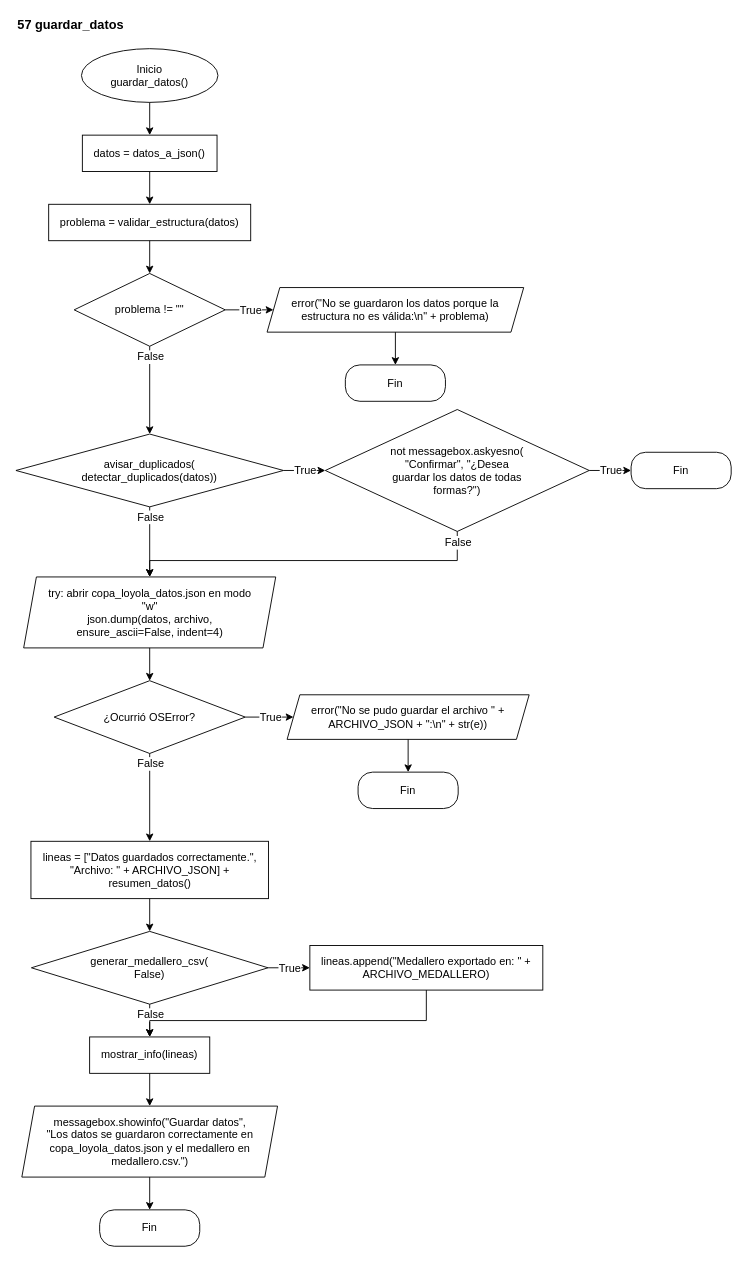
This is page "57 guardar_datos" (10 of 21) of Mini_Proyecto_2/Diagramas_Flujo/Diagramas_Mini_Proyecto_2.drawio from MichaelNavAch/Miniproyectos-Fund.-Algoritmos-y-Progam., a draw.io file, before an edit. Source tidied: cells renumbered, new cells numbered last; positions are measured from the earlier drawing's top-left corner, leaving out a move shared by most shapes. Both pictures are drawn from the tidied source at 91%, with x=0, y=0 at pixel (15, 15).
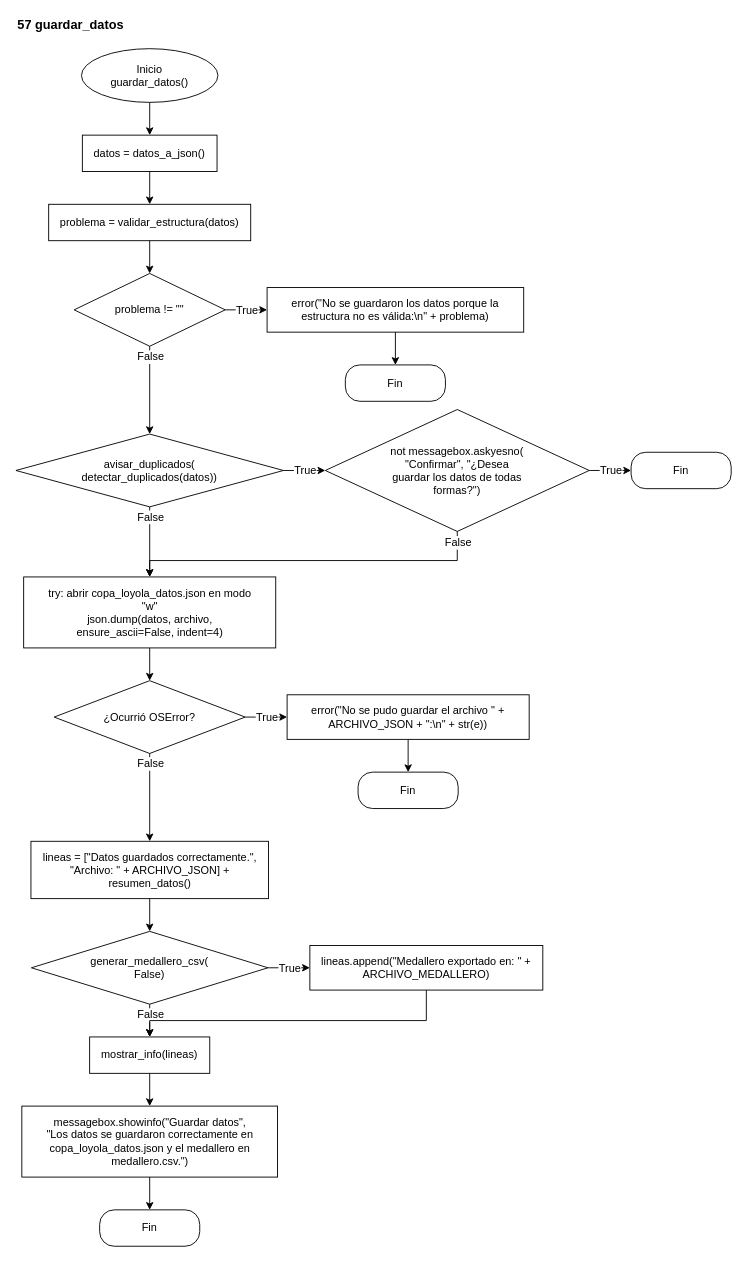
After the change.

Change to the diagram source:
```diff
@@
-    <mxCell id="7" value="error(&quot;No se guardaron los datos porque la&lt;br&gt;estructura no es válida:\n&quot; + problema)" style="shape=parallelogram;perimeter=parallelogramPerimeter;whiteSpace=wrap;html=1;fixedSize=1;size=14;fontFamily=Helvetica;fontSize=12;fillColor=#FFFFFF;strokeColor=#000000;fontColor=#000000;" parent="1" vertex="1">
+    <mxCell id="7" value="error(&quot;No se guardaron los datos porque la&lt;br&gt;estructura no es válida:\n&quot; + problema)" style="rounded=0;whiteSpace=wrap;html=1;fontFamily=Helvetica;fontSize=12;fillColor=#FFFFFF;strokeColor=#000000;fontColor=#000000;" parent="1" vertex="1">
       <mxGeometry x="276" y="298.5" width="282" height="49" as="geometry" />
     </mxCell>
@@
-    <mxCell id="12" value="try: abrir copa_loyola_datos.json en modo&lt;br&gt;&quot;w&quot;&lt;br&gt;json.dump(datos, archivo,&lt;br&gt;ensure_ascii=False, indent=4)" style="shape=parallelogram;perimeter=parallelogramPerimeter;whiteSpace=wrap;html=1;fixedSize=1;size=14;fontFamily=Helvetica;fontSize=12;fillColor=#FFFFFF;strokeColor=#000000;fontColor=#000000;" parent="1" vertex="1">
+    <mxCell id="12" value="try: abrir copa_loyola_datos.json en modo&lt;br&gt;&quot;w&quot;&lt;br&gt;json.dump(datos, archivo,&lt;br&gt;ensure_ascii=False, indent=4)" style="rounded=0;whiteSpace=wrap;html=1;fontFamily=Helvetica;fontSize=12;fillColor=#FFFFFF;strokeColor=#000000;fontColor=#000000;" parent="1" vertex="1">
       <mxGeometry x="8.5" y="616.5" width="277" height="78" as="geometry" />
     </mxCell>
@@
-    <mxCell id="14" value="error(&quot;No se pudo guardar el archivo &quot; +&lt;br&gt;ARCHIVO_JSON + &quot;:\n&quot; + str(e))" style="shape=parallelogram;perimeter=parallelogramPerimeter;whiteSpace=wrap;html=1;fixedSize=1;size=14;fontFamily=Helvetica;fontSize=12;fillColor=#FFFFFF;strokeColor=#000000;fontColor=#000000;" parent="1" vertex="1">
+    <mxCell id="14" value="error(&quot;No se pudo guardar el archivo &quot; +&lt;br&gt;ARCHIVO_JSON + &quot;:\n&quot; + str(e))" style="rounded=0;whiteSpace=wrap;html=1;fontFamily=Helvetica;fontSize=12;fillColor=#FFFFFF;strokeColor=#000000;fontColor=#000000;" parent="1" vertex="1">
       <mxGeometry x="298" y="746" width="266" height="49" as="geometry" />
     </mxCell>
@@
-    <mxCell id="20" value="messagebox.showinfo(&quot;Guardar datos&quot;,&lt;br&gt;&quot;Los datos se guardaron correctamente en&lt;br&gt;copa_loyola_datos.json y el medallero en&lt;br&gt;medallero.csv.&quot;)" style="shape=parallelogram;perimeter=parallelogramPerimeter;whiteSpace=wrap;html=1;fixedSize=1;size=14;fontFamily=Helvetica;fontSize=12;fillColor=#FFFFFF;strokeColor=#000000;fontColor=#000000;" parent="1" vertex="1">
+    <mxCell id="20" value="messagebox.showinfo(&quot;Guardar datos&quot;,&lt;br&gt;&quot;Los datos se guardaron correctamente en&lt;br&gt;copa_loyola_datos.json y el medallero en&lt;br&gt;medallero.csv.&quot;)" style="rounded=0;whiteSpace=wrap;html=1;fontFamily=Helvetica;fontSize=12;fillColor=#FFFFFF;strokeColor=#000000;fontColor=#000000;" parent="1" vertex="1">
       <mxGeometry x="6.5" y="1198" width="281" height="78" as="geometry" />
     </mxCell>
```
